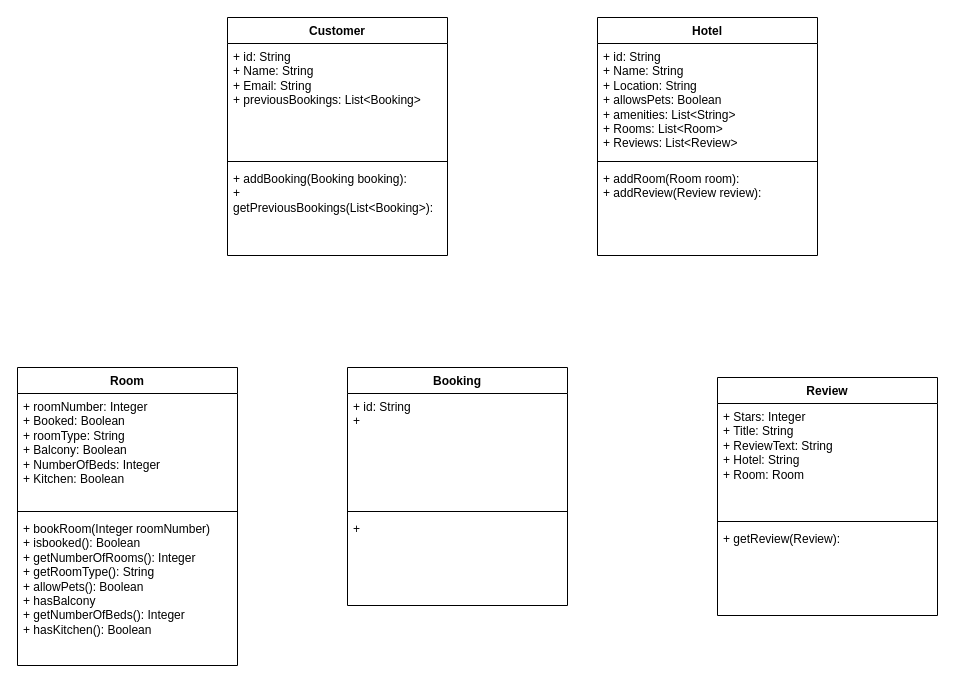
The draw.io diagram V2/Domain module.drawio in rthor997/HBV401G-Throun_hugbunathar, before the edit. Source tidied: cells renumbered, new cells numbered last; positions are measured from the earlier drawing's top-left corner, leaving out a move shared by most shapes. Both pictures are drawn from the tidied source at 100%, with x=0, y=0 at pixel (17, 17).
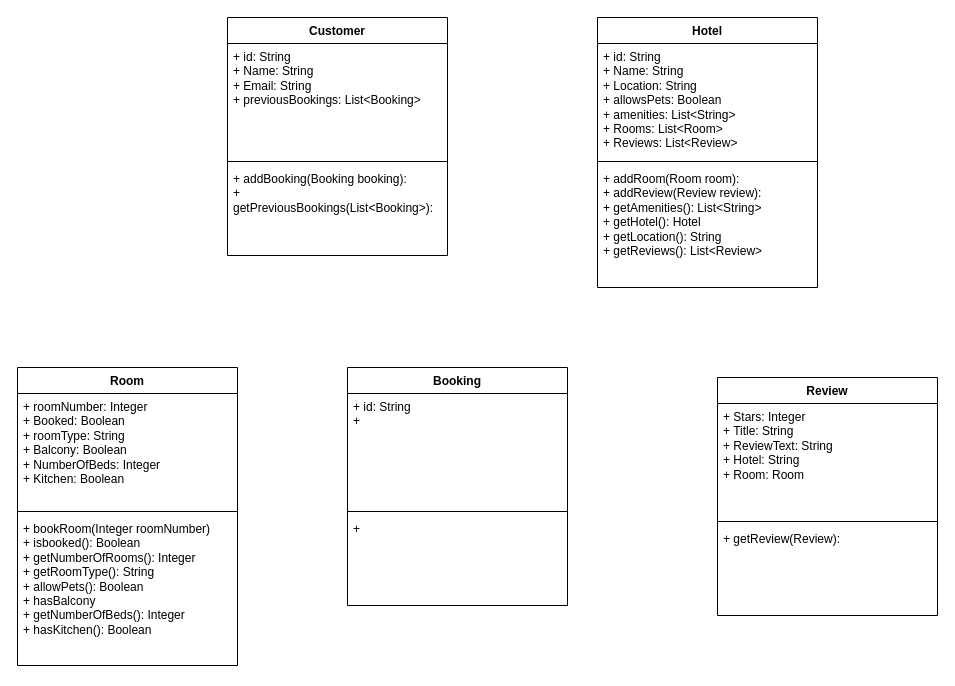
The same diagram, later.

Commit message:
Uppfært Hotel klasa með get föllum

Change to the diagram source:
```diff
@@
     <mxCell id="6" value="Hotel" style="swimlane;fontStyle=1;align=center;verticalAlign=top;horizontal=1;startSize=26;whiteSpace=wrap;html=1;" parent="1" vertex="1">
-      <mxGeometry x="580" width="220" height="238" as="geometry" />
+      <mxGeometry x="580" width="220" height="270" as="geometry" />
     </mxCell>
@@
-    <mxCell id="9" value="+ addRoom(Room room):&amp;nbsp;&lt;div&gt;+ addReview(&lt;span style=&quot;background-color: transparent; color: light-dark(rgb(0, 0, 0), rgb(255, 255, 255));&quot;&gt;Review review&lt;/span&gt;&lt;span style=&quot;background-color: transparent; color: light-dark(rgb(0, 0, 0), rgb(255, 255, 255));&quot;&gt;):&lt;/span&gt;&lt;/div&gt;" style="text;strokeColor=none;fillColor=none;align=left;verticalAlign=top;spacingLeft=4;spacingRight=4;overflow=hidden;whiteSpace=wrap;html=1;" parent="6" vertex="1">
-      <mxGeometry y="148" width="220" height="90" as="geometry" />
+    <mxCell id="9" value="+ addRoom(Room room):&amp;nbsp;&lt;div&gt;+ addReview(&lt;span style=&quot;background-color: transparent; color: light-dark(rgb(0, 0, 0), rgb(255, 255, 255));&quot;&gt;Review review&lt;/span&gt;&lt;span style=&quot;background-color: transparent; color: light-dark(rgb(0, 0, 0), rgb(255, 255, 255));&quot;&gt;):&lt;/span&gt;&lt;/div&gt;&lt;div&gt;+ getAmenities(): List&amp;lt;String&amp;gt;&lt;/div&gt;&lt;div&gt;+ getHotel(): Hotel&lt;/div&gt;&lt;div&gt;+ getLocation(): String&lt;/div&gt;&lt;div&gt;+ getReviews(): List&amp;lt;Review&amp;gt;&lt;/div&gt;" style="text;strokeColor=none;fillColor=none;align=left;verticalAlign=top;spacingLeft=4;spacingRight=4;overflow=hidden;whiteSpace=wrap;html=1;" parent="6" vertex="1">
+      <mxGeometry y="148" width="220" height="122" as="geometry" />
     </mxCell>
```
